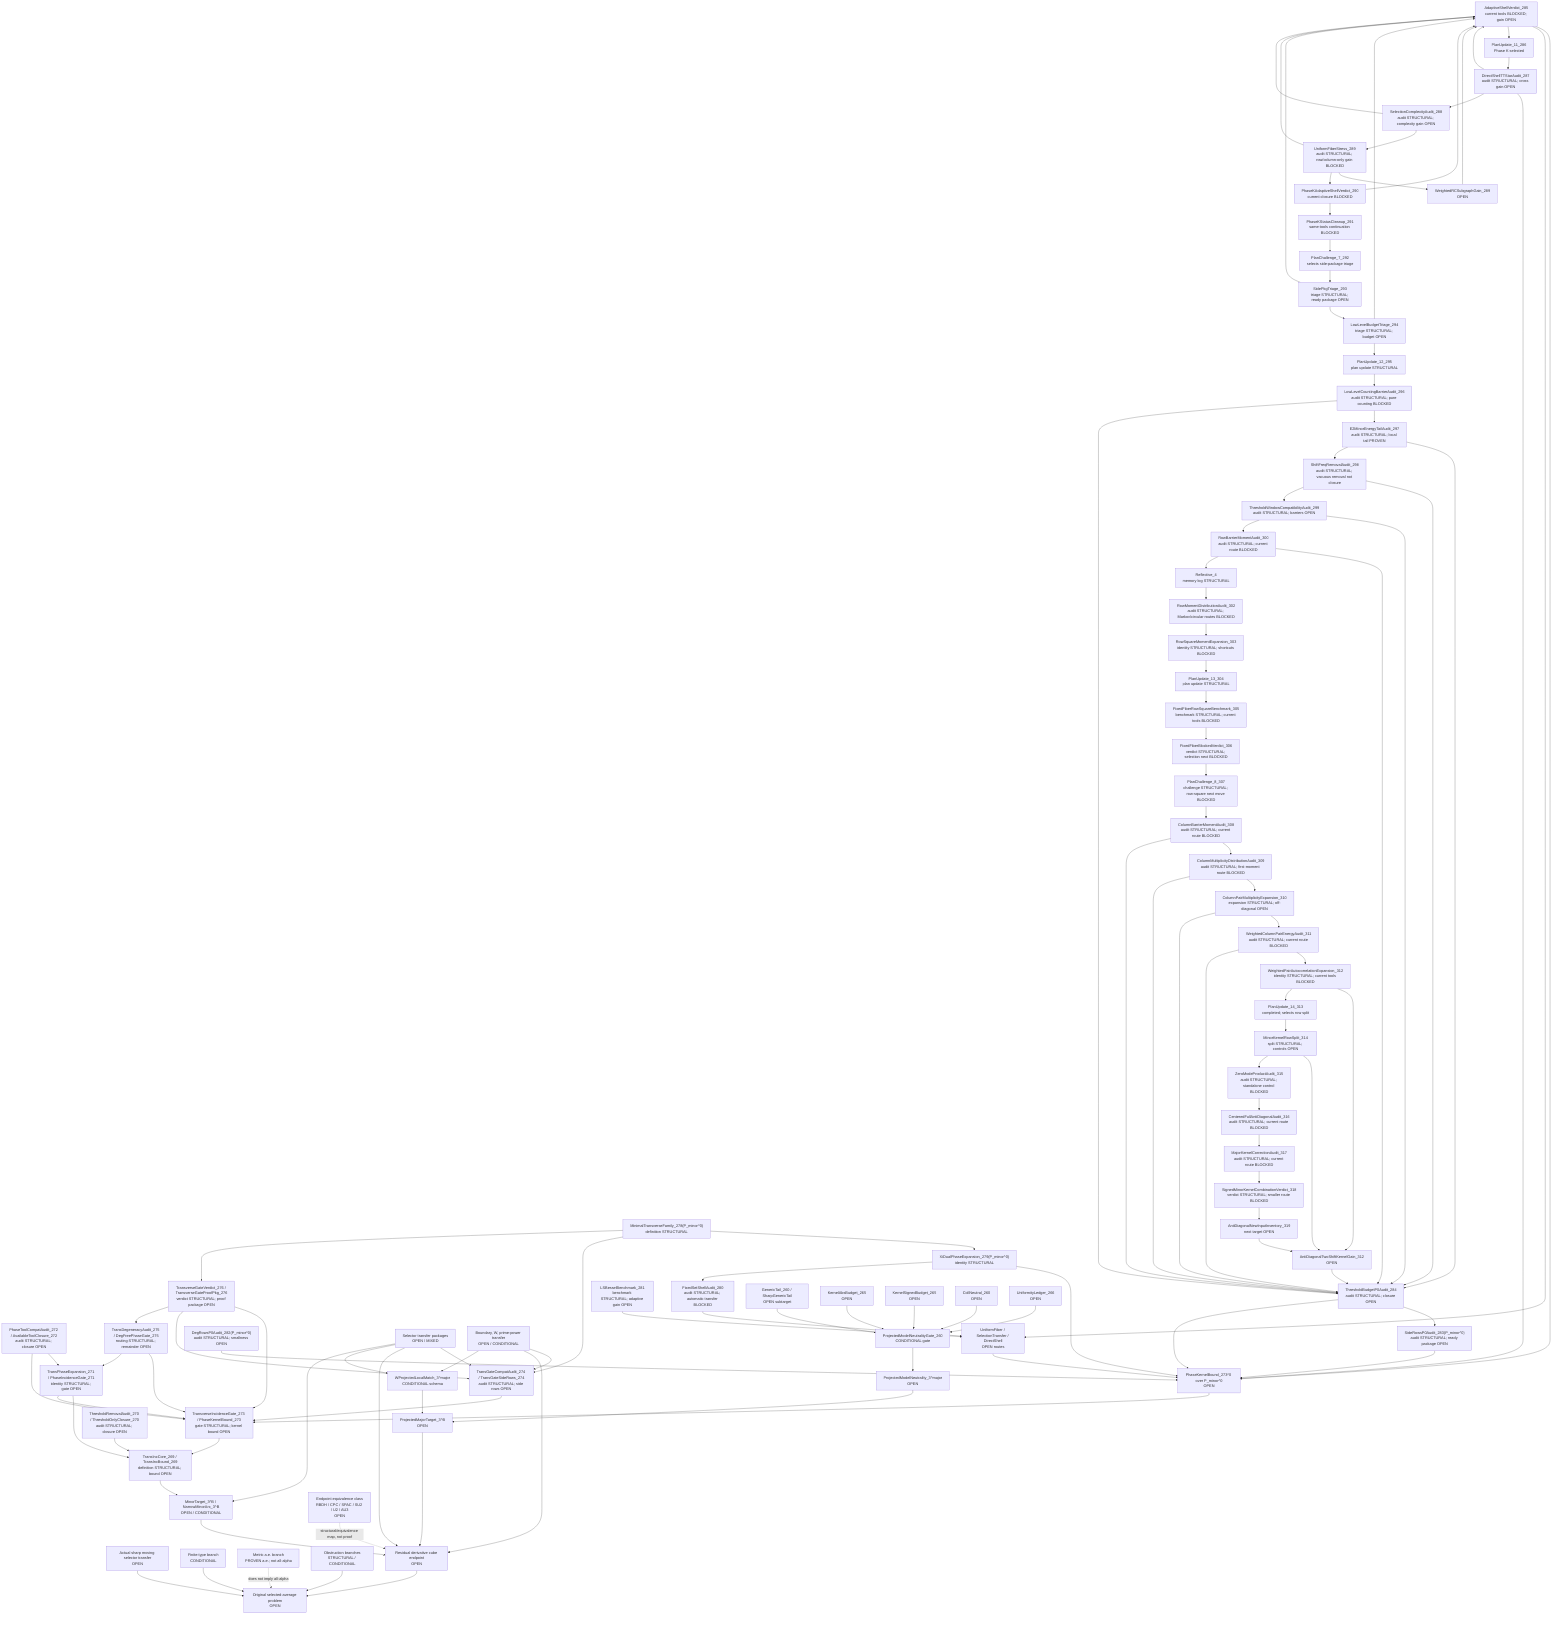
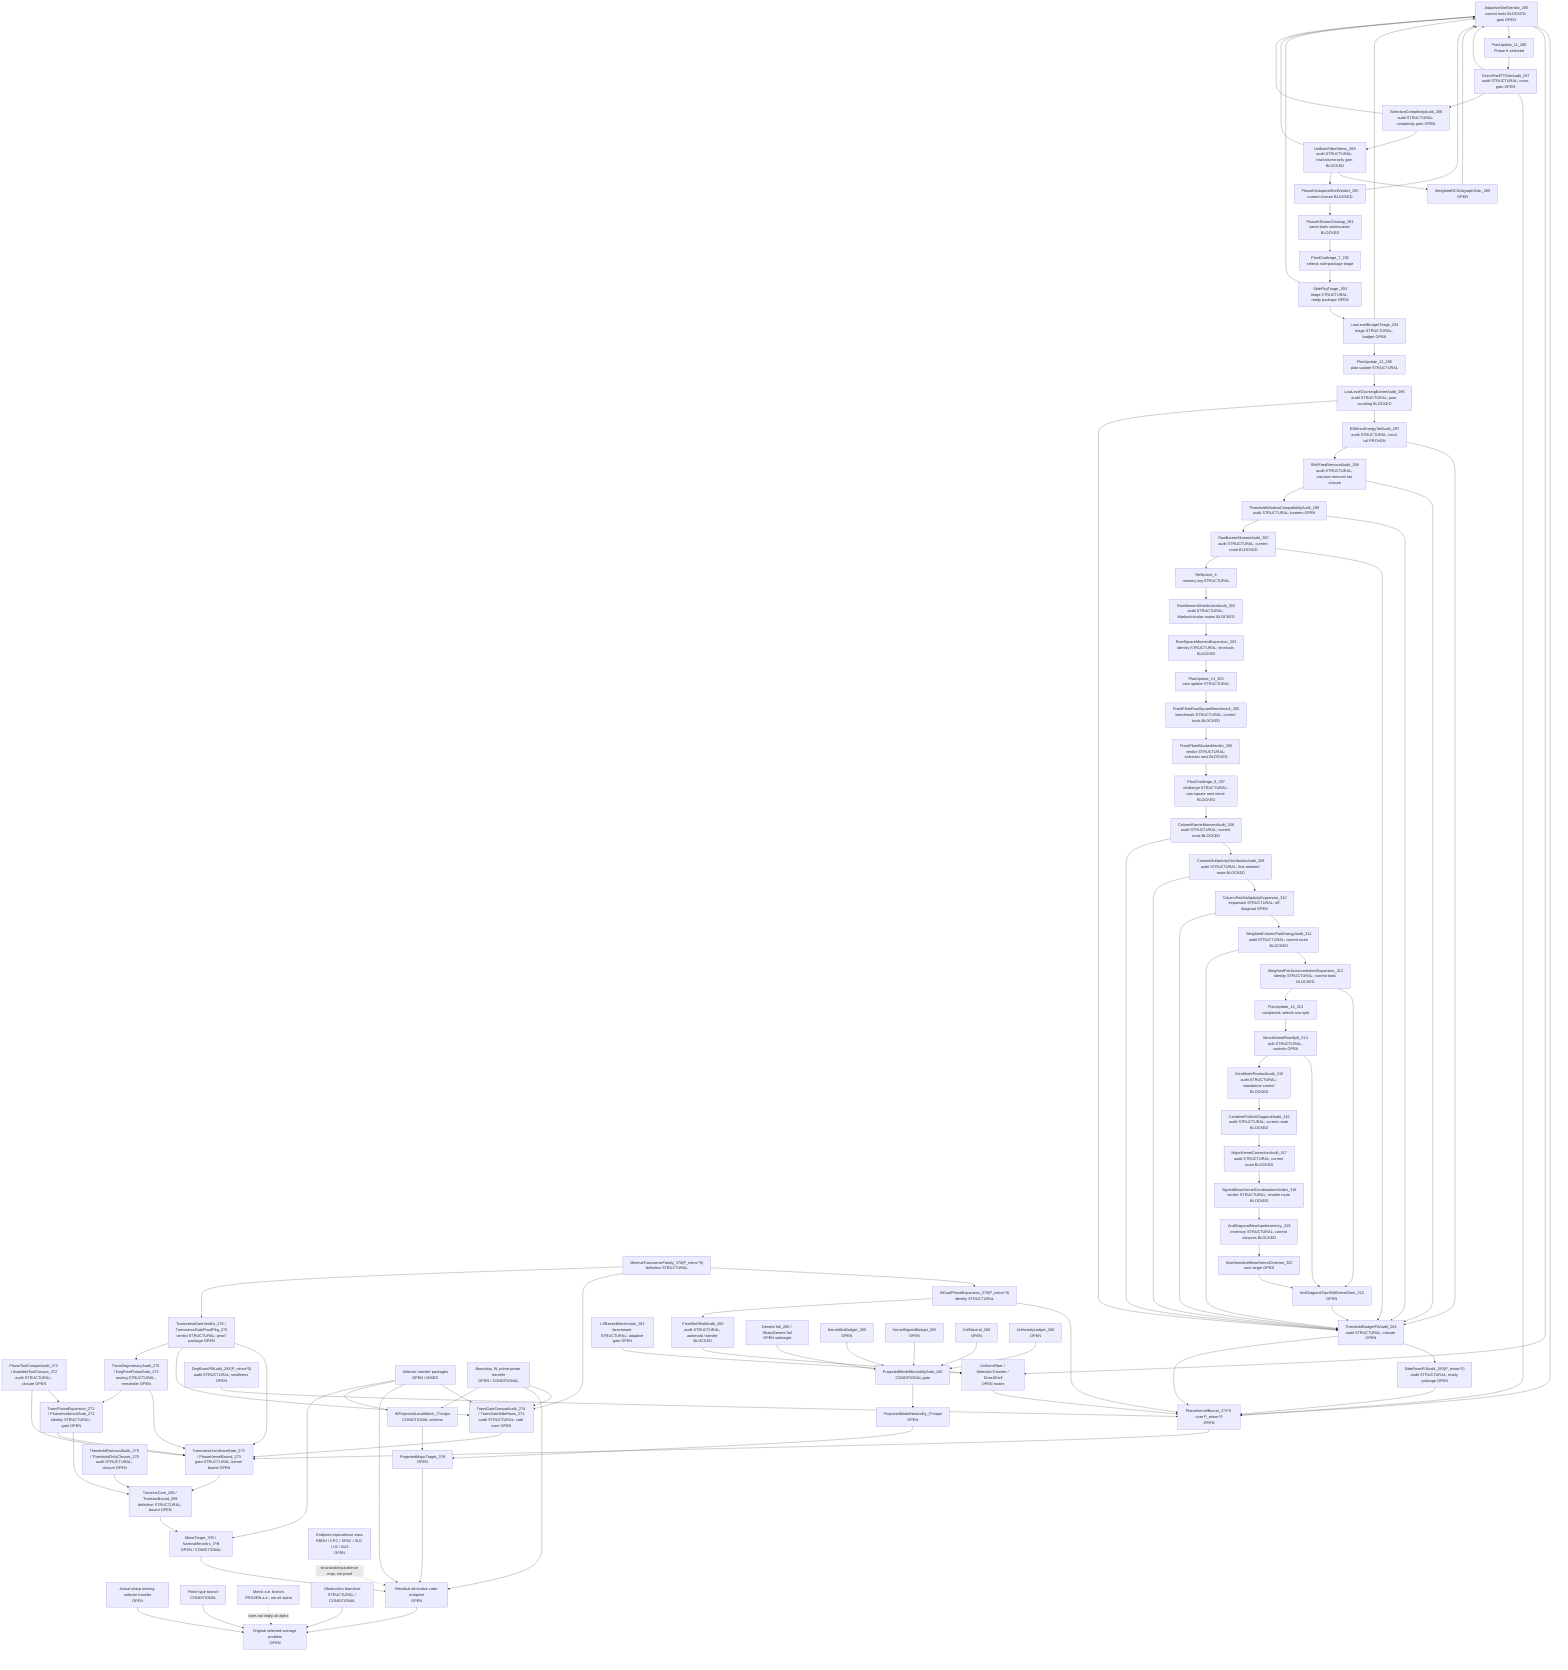
flowchart TD
  Original["Original selected-average problem<br/>OPEN"]
  SharpSel["Actual sharp moving selector transfer<br/>OPEN"]
  FiniteType["Finite-type branch<br/>CONDITIONAL"]
  Metric["Metric a.e. branch<br/>PROVEN a.e.; not all-alpha"]
  Obstruction["Obstruction branches<br/>STRUCTURAL / CONDITIONAL"]

  ResCube["Residual derivative cube endpoint<br/>OPEN"]
  MajorTarget["ProjectedMajorTarget_3^B<br/>OPEN"]
  MinorTarget["MinorTarget_3^B / NarrowMinorArc_3^B<br/>OPEN / CONDITIONAL"]
  TransInc["TransIncCore_269 / TransIncBound_269<br/>definition STRUCTURAL; bound OPEN"]
  ThresholdAudit["ThresholdRemovalAudit_270 / ThresholdOnlyClosure_270<br/>audit STRUCTURAL; closure OPEN"]
  PhaseExpansion["TransPhaseExpansion_271 / PhaseIncidenceGate_271<br/>identity STRUCTURAL; gate OPEN"]
  ToolCompat["PhaseToolCompatAudit_272 / AvailableToolClosure_272<br/>audit STRUCTURAL; closure OPEN"]
  TransGate["TransverseIncidenceGate_273 / PhaseKernelBound_273<br/>gate STRUCTURAL; kernel bound OPEN"]
  TransGateCompat["TransGateCompatAudit_274 / TransGateSideRows_274<br/>audit STRUCTURAL; side rows OPEN"]
  DegAudit["TransDegeneracyAudit_275 / DegFreePhaseGate_275<br/>routing STRUCTURAL; remainder OPEN"]
  TransVerdict["TransverseGateVerdict_276 / TransverseGateProofPkg_276<br/>verdict STRUCTURAL; proof package OPEN"]
  MinTransFamily["MinimalTransverseFamily_278(P_minor^0)<br/>definition STRUCTURAL"]
  XiExpansion["XiDualPhaseExpansion_279(P_minor^0)<br/>identity STRUCTURAL"]
  FixedShellAudit["FixedSetShellAudit_280<br/>audit STRUCTURAL; automatic transfer BLOCKED"]
  FixedShellTransfer["UniformFiber / SelectionTransfer / DirectShell<br/>OPEN routes"]
  LSBesselBench["LSBesselBenchmark_281<br/>benchmark STRUCTURAL; adaptive gain OPEN"]
  DegRowsP0["DegRowsP0Audit_282(P_minor^0)<br/>audit STRUCTURAL; smallness OPEN"]
  SideRowsP0["SideRowsP0Audit_283(P_minor^0)<br/>audit STRUCTURAL; ready package OPEN"]
  ThresholdP0["ThresholdBudgetP0Audit_284<br/>audit STRUCTURAL; closure OPEN"]
  AdaptiveShellP0["AdaptiveShellVerdict_285<br/>current tools BLOCKED; gain OPEN"]
  PlanUpdate11["PlanUpdate_11_286<br/>Phase K selected"]
  DirectTTStar["DirectShellTTStarAudit_287<br/>audit STRUCTURAL; cross gain OPEN"]
  SelectionComplexity["SelectionComplexityAudit_288<br/>audit STRUCTURAL; complexity gain OPEN"]
  UniformFiberStress["UniformFiberStress_289<br/>audit STRUCTURAL; row/column-only gain BLOCKED"]
  WeightedRCSubgraph["WeightedRCSubgraphGain_289<br/>OPEN"]
  AdaptiveVerdict290["PhaseKAdaptiveShellVerdict_290<br/>current closure BLOCKED"]
  PhaseKCleanup291["PhaseKStatusCleanup_291<br/>same-tools continuation BLOCKED"]
  PlanChallenge7["PlanChallenge_7_292<br/>selects side-package triage"]
  SidePkgTriage293["SidePkgTriage_293<br/>triage STRUCTURAL; ready package OPEN"]
  LowLevelTriage294["LowLevelBudgetTriage_294<br/>triage STRUCTURAL; budget OPEN"]
  PlanUpdate12["PlanUpdate_12_295<br/>plan update STRUCTURAL"]
  LowLevelBarrier296["LowLevelCountingBarrierAudit_296<br/>audit STRUCTURAL; pure counting BLOCKED"]
  E2Tail297["E2MinorEnergyTailAudit_297<br/>audit STRUCTURAL; local tail PROVEN"]
  ShiftFreq298["ShiftFreqRemovalAudit_298<br/>audit STRUCTURAL; vacuous removal not closure"]
  ThresholdWindow299["ThresholdWindowCompatibilityAudit_299<br/>audit STRUCTURAL; barriers OPEN"]
  RowBarrier300["RowBarrierMomentAudit_300<br/>audit STRUCTURAL; current route BLOCKED"]
  Reflective4["Reflective_4<br/>memory log STRUCTURAL"]
  RowMoment302["RowMomentDistributionAudit_302<br/>audit STRUCTURAL; Markov/circular routes BLOCKED"]
  RowSquare303["RowSquareMomentExpansion_303<br/>identity STRUCTURAL; shortcuts BLOCKED"]
  PlanUpdate13["PlanUpdate_13_304<br/>plan update STRUCTURAL"]
  FixedFiber305["FixedFiberRowSquareBenchmark_305<br/>benchmark STRUCTURAL; current tools BLOCKED"]
  FixedFiber306["FixedFiberBlockedVerdict_306<br/>verdict STRUCTURAL; selection next BLOCKED"]
  PlanChallenge8["PlanChallenge_8_307<br/>challenge STRUCTURAL; row-square next move BLOCKED"]
  ColumnBarrier308["ColumnBarrierMomentAudit_308<br/>audit STRUCTURAL; current route BLOCKED"]
  ColumnDist309["ColumnMultiplicityDistributionAudit_309<br/>audit STRUCTURAL; first-moment route BLOCKED"]
  ColumnPair310["ColumnPairMultiplicityExpansion_310<br/>expansion STRUCTURAL; off-diagonal OPEN"]
  WPair311["WeightedColumnPairEnergyAudit_311<br/>audit STRUCTURAL; current route BLOCKED"]
  AutoCorr312["WeightedPairAutocorrelationExpansion_312<br/>identity STRUCTURAL; current tools BLOCKED"]
  AntiDiag312["AntiDiagonalTwoShiftKernelGain_312<br/>OPEN"]
  PlanUpdate14["PlanUpdate_14_313<br/>completed; selects row split"]
  MinorKernel314["MinorKernelRowSplit_314<br/>split STRUCTURAL; controls OPEN"]
  ZeroAudit315["ZeroModeProductAudit_315<br/>audit STRUCTURAL; standalone control BLOCKED"]
  CenteredFull316["CenteredFullAntiDiagonalAudit_316<br/>audit STRUCTURAL; current route BLOCKED"]
  MajorCorr317["MajorKernelCorrectionAudit_317<br/>audit STRUCTURAL; current route BLOCKED"]
  SignedVerdict318["SignedMinorKernelCombinationVerdict_318<br/>verdict STRUCTURAL; smaller route BLOCKED"]
-   NewInput319["AntiDiagonalNewInputInventory_319<br/>next target OPEN"]
+   NewInput319["AntiDiagonalNewInputInventory_319<br/>inventory STRUCTURAL; current closures BLOCKED"]
+   SizeSensitive320["SizeSensitiveMinorKernelCriterion_320<br/>next target OPEN"]
  PhaseKernel0["PhaseKernelBound_273^0 over P_minor^0<br/>OPEN"]
  SelectorTransfer["Selector transfer packages<br/>OPEN / MIXED"]
  BoundaryTransfer["Boundary, W, prime-power transfer<br/>OPEN / CONDITIONAL"]

  WLocal["WProjectedLocalMatch_3^major<br/>CONDITIONAL schema"]
  ModelNeutral["ProjectedModelNeutrality_3^major<br/>OPEN"]
  PMNGate["ProjectedModelNeutralityGate_260<br/>CONDITIONAL gate"]
  GenericTail["GenericTail_260 / SharpGenericTail<br/>OPEN subtarget"]
  KernelAbs["KernelAbsBudget_265<br/>OPEN"]
  KernelSigned["KernelSignedBudget_265<br/>OPEN"]
  CollNeutral["CollNeutral_260<br/>OPEN"]
  Uniformity["UniformityLedger_266<br/>OPEN"]

  EndpointClass["Endpoint equivalence class<br/>RBDH / CPC / SPAC / SU2 / U2 / AU3<br/>OPEN"]

  SharpSel --> Original
  FiniteType --> Original
  Obstruction --> Original
  ResCube --> Original
  Metric -. "does not imply all-alpha" .-> Original

  MajorTarget --> ResCube
  MinorTarget --> ResCube
  TransInc --> MinorTarget
  ThresholdAudit --> TransInc
  PhaseExpansion --> TransInc
  ToolCompat --> PhaseExpansion
  TransGate --> TransInc
  PhaseExpansion --> TransGate
  ToolCompat --> TransGate
  TransGateCompat --> TransGate
  SelectorTransfer --> TransGateCompat
  BoundaryTransfer --> TransGateCompat
  DegAudit --> TransGate
  DegAudit --> PhaseExpansion
  TransVerdict --> TransGate
  TransVerdict --> TransGateCompat
  TransVerdict --> DegAudit
  PhaseKernel0 --> TransGate
  MinTransFamily --> XiExpansion
  XiExpansion --> PhaseKernel0
  XiExpansion --> FixedShellAudit
  FixedShellAudit --> FixedShellTransfer
  FixedShellTransfer --> PhaseKernel0
  LSBesselBench --> FixedShellTransfer
  DegRowsP0 --> PhaseKernel0
  SideRowsP0 --> PhaseKernel0
  ThresholdP0 --> SideRowsP0
  ThresholdP0 --> PhaseKernel0
  AdaptiveShellP0 --> PhaseKernel0
  AdaptiveShellP0 --> FixedShellTransfer
  AdaptiveShellP0 --> PlanUpdate11
  PlanUpdate11 --> DirectTTStar
  DirectTTStar --> AdaptiveShellP0
  DirectTTStar --> PhaseKernel0
  DirectTTStar --> SelectionComplexity
  SelectionComplexity --> UniformFiberStress
  SelectionComplexity --> AdaptiveShellP0
  UniformFiberStress --> WeightedRCSubgraph
  WeightedRCSubgraph --> AdaptiveShellP0
  UniformFiberStress --> AdaptiveVerdict290
  UniformFiberStress --> AdaptiveShellP0
  AdaptiveVerdict290 --> AdaptiveShellP0
  AdaptiveVerdict290 --> PhaseKCleanup291
  PhaseKCleanup291 --> PlanChallenge7
  PlanChallenge7 --> SidePkgTriage293
  SidePkgTriage293 --> LowLevelTriage294
  SidePkgTriage293 --> AdaptiveShellP0
  LowLevelTriage294 --> AdaptiveShellP0
  LowLevelTriage294 --> PlanUpdate12
  PlanUpdate12 --> LowLevelBarrier296
  LowLevelBarrier296 --> E2Tail297
  LowLevelBarrier296 --> ThresholdP0
  E2Tail297 --> ThresholdP0
  E2Tail297 --> ShiftFreq298
  ShiftFreq298 --> ThresholdP0
  ShiftFreq298 --> ThresholdWindow299
  ThresholdWindow299 --> ThresholdP0
  ThresholdWindow299 --> RowBarrier300
  RowBarrier300 --> ThresholdP0
  RowBarrier300 --> Reflective4
  Reflective4 --> RowMoment302
  RowMoment302 --> RowSquare303
  RowSquare303 --> PlanUpdate13
  PlanUpdate13 --> FixedFiber305
  FixedFiber305 --> FixedFiber306
  FixedFiber306 --> PlanChallenge8
  PlanChallenge8 --> ColumnBarrier308
  ColumnBarrier308 --> ColumnDist309
  ColumnDist309 --> ColumnPair310
  ColumnPair310 --> WPair311
  WPair311 --> AutoCorr312
  AutoCorr312 --> AntiDiag312
  AntiDiag312 --> ThresholdP0
  AutoCorr312 --> PlanUpdate14
  PlanUpdate14 --> MinorKernel314
  MinorKernel314 --> AntiDiag312
  MinorKernel314 --> ZeroAudit315
  ZeroAudit315 --> CenteredFull316
  CenteredFull316 --> MajorCorr317
  MajorCorr317 --> SignedVerdict318
  SignedVerdict318 --> NewInput319
-   NewInput319 --> AntiDiag312
+   NewInput319 --> SizeSensitive320
+   SizeSensitive320 --> AntiDiag312
  WPair311 --> ThresholdP0
  ColumnPair310 --> ThresholdP0
  ColumnDist309 --> ThresholdP0
  ColumnBarrier308 --> ThresholdP0
  MinTransFamily --> TransGateCompat
  MinTransFamily --> TransVerdict
  SelectorTransfer --> ResCube
  BoundaryTransfer --> ResCube
  EndpointClass -. "structural/equivalence map, not proof" .-> ResCube

  WLocal --> MajorTarget
  ModelNeutral --> MajorTarget

  PMNGate --> ModelNeutral
  GenericTail --> PMNGate
  KernelAbs --> PMNGate
  KernelSigned --> PMNGate
  CollNeutral --> PMNGate
  Uniformity --> PMNGate

  BoundaryTransfer --> WLocal
  SelectorTransfer --> WLocal
  SelectorTransfer --> MinorTarget
